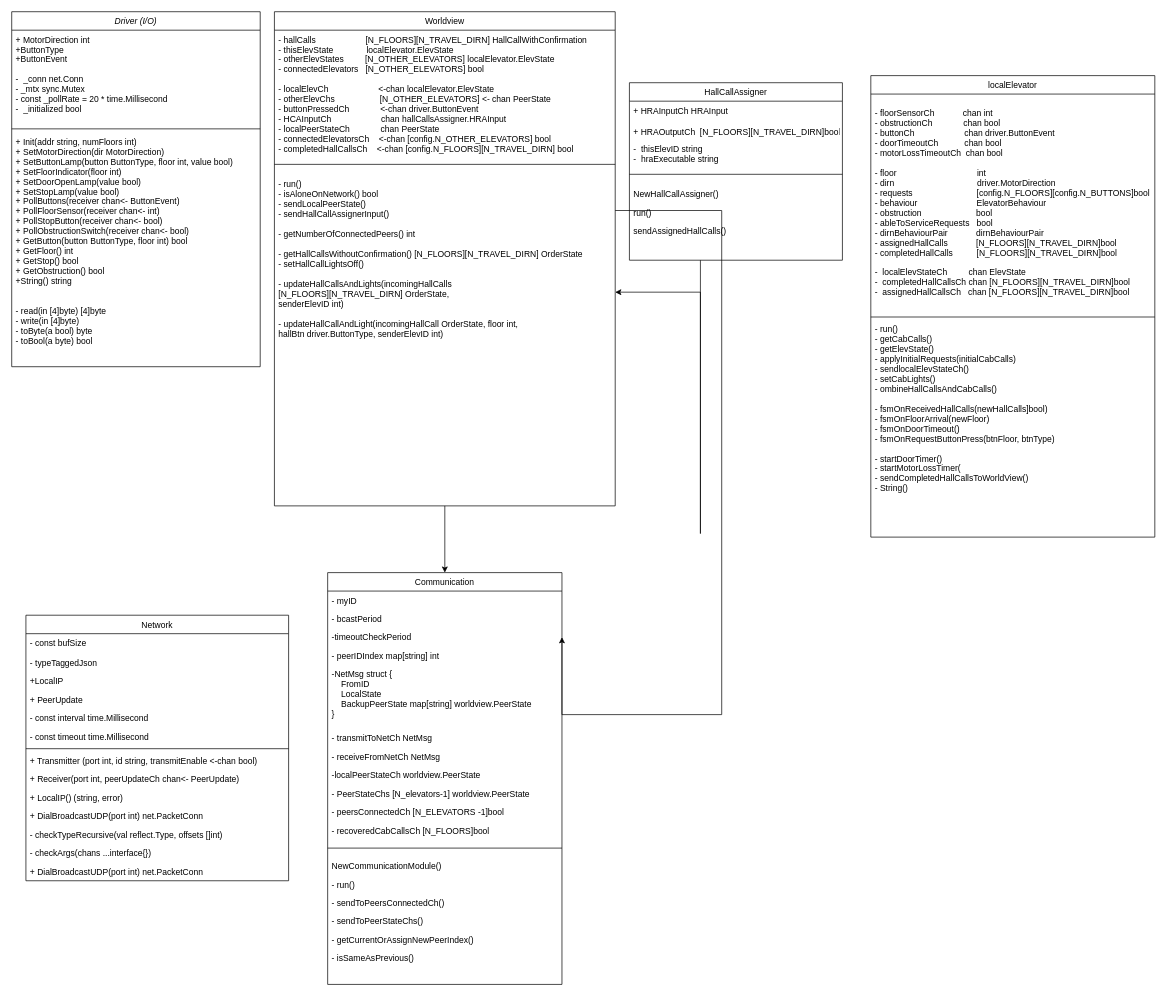
Earlier version of the draw.io diagram Diagrammer/final_class_diagram.drawio (MathiasSagerup/Sanntid). Source tidied: cells renumbered, new cells numbered last; positions are measured from the earlier drawing's top-left corner, leaving out a move shared by most shapes. Both pictures are drawn from the tidied source at 71%, with x=0, y=0 at pixel (11, 11).
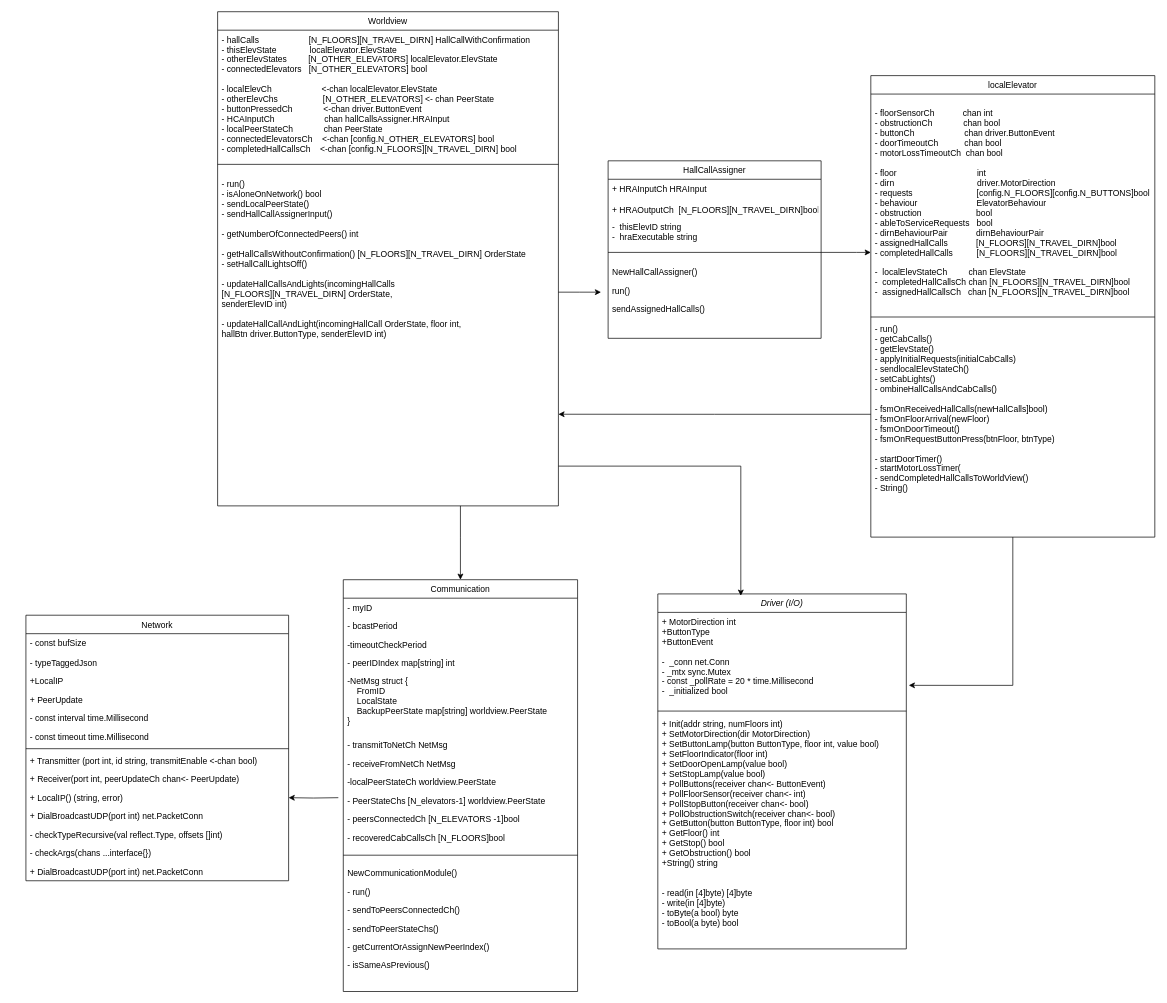
The same page after the edit.

The change refers to these unchanged cells:
```xml
<mxCell id="3" value="+ MotorDirection int&#10;+ButtonType&#10;+ButtonEvent&#10;&#10;-  _conn net.Conn&#10;- _mtx sync.Mutex&#10;- const _pollRate = 20 * time.Millisecond&#10;-  _initialized bool" style="text;align=left;verticalAlign=top;spacingLeft=4;spacingRight=4;overflow=hidden;points=[[0,0.5],[1,0.5]];portConstraint=eastwest;" parent="2" vertex="1">
  <mxGeometry y="26" width="350" height="134" as="geometry" />
</mxCell>
<mxCell id="6" value="localElevator" style="swimlane;fontStyle=0;align=center;verticalAlign=top;horizontal=1;startSize=26;rounded=0;shadow=0;strokeWidth=1;" parent="1" vertex="1">
  <mxGeometry x="1210" y="90" width="400" height="650" as="geometry" />
</mxCell>
<mxCell id="7" value="&#10;- floorSensorCh            chan int&#10;- obstructionCh             chan bool&#10;- buttonCh                     chan driver.ButtonEvent&#10;- doorTimeoutCh           chan bool&#10;- motorLossTimeoutCh  chan bool&#10;&#10;- floor                                  int&#10;- dirn                                   driver.MotorDirection&#10;- requests                           [config.N_FLOORS][config.N_BUTTONS]bool&#10;- behaviour                         ElevatorBehaviour&#10;- obstruction                       bool&#10;- ableToServiceRequests   bool&#10;- dirnBehaviourPair            dirnBehaviourPair&#10;- assignedHallCalls            [N_FLOORS][N_TRAVEL_DIRN]bool&#10;- completedHallCalls          [N_FLOORS][N_TRAVEL_DIRN]bool&#10;    &#10;-  localElevStateCh         chan ElevState&#10;-  completedHallCallsCh chan [N_FLOORS][N_TRAVEL_DIRN]bool&#10;-  assignedHallCallsCh   chan [N_FLOORS][N_TRAVEL_DIRN]bool" style="text;align=left;verticalAlign=top;spacingLeft=4;spacingRight=4;overflow=hidden;points=[[0,0.5],[1,0.5]];portConstraint=eastwest;rounded=0;shadow=0;html=0;" parent="6" vertex="1">
  <mxGeometry y="26" width="400" height="310" as="geometry" />
</mxCell>
<mxCell id="9" value="- run()&#10;- getCabCalls()&#10;- getElevState()&#10;- applyInitialRequests(initialCabCalls)&#10;- sendlocalElevStateCh()&#10;- setCabLights()&#10;- ombineHallCallsAndCabCalls()&#10;&#10;- fsmOnReceivedHallCalls(newHallCalls]bool)&#10;- fsmOnFloorArrival(newFloor)&#10;- fsmOnDoorTimeout()&#10;- fsmOnRequestButtonPress(btnFloor, btnType)&#10;&#10;- startDoorTimer()&#10;- startMotorLossTimer(&#10;- sendCompletedHallCallsToWorldView()&#10;- String()&#10;&#10;&#10;" style="text;align=left;verticalAlign=top;spacingLeft=4;spacingRight=4;overflow=hidden;points=[[0,0.5],[1,0.5]];portConstraint=eastwest;rounded=0;shadow=0;html=0;" parent="6" vertex="1">
  <mxGeometry y="344" width="400" height="266" as="geometry" />
</mxCell>
<mxCell id="13" value="-timeoutCheckPeriod" style="text;align=left;verticalAlign=top;spacingLeft=4;spacingRight=4;overflow=hidden;points=[[0,0.5],[1,0.5]];portConstraint=eastwest;rounded=0;shadow=0;html=0;" parent="10" vertex="1">
  <mxGeometry y="78" width="330" height="26" as="geometry" />
</mxCell>
<mxCell id="34" value="- run()&#10;- isAloneOnNetwork() bool&#10;- sendLocalPeerState()&#10;- sendHallCallAssignerInput()&#10;&#10;- getNumberOfConnectedPeers() int&#10;&#10;- getHallCallsWithoutConfirmation() [N_FLOORS][N_TRAVEL_DIRN] OrderState&#10;- setHallCallLightsOff()&#10;&#10;- updateHallCallsAndLights(incomingHallCalls &#10;[N_FLOORS][N_TRAVEL_DIRN] OrderState, &#10;senderElevID int)&#10;&#10;- updateHallCallAndLight(incomingHallCall OrderState, floor int, &#10;hallBtn driver.ButtonType, senderElevID int)&#10;&#10;" style="text;align=left;verticalAlign=top;spacingLeft=4;spacingRight=4;overflow=hidden;points=[[0,0.5],[1,0.5]];portConstraint=eastwest;rounded=0;shadow=0;html=0;" parent="31" vertex="1">
  <mxGeometry y="230" width="480" height="330" as="geometry" />
</mxCell>
<mxCell id="40" style="line;html=1;strokeWidth=1;align=left;verticalAlign=middle;spacingTop=-1;spacingLeft=3;spacingRight=3;labelPosition=right;points=[];portConstraint=eastwest;" parent="36" vertex="1">
  <mxGeometry y="114" width="300" height="30" as="geometry" />
</mxCell>
<mxCell id="54" value="+ LocalIP() (string, error)" style="text;align=left;verticalAlign=top;spacingLeft=4;spacingRight=4;overflow=hidden;points=[[0,0.5],[1,0.5]];portConstraint=eastwest;rounded=0;shadow=0;html=0;" parent="44" vertex="1">
  <mxGeometry y="244" width="370" height="26" as="geometry" />
</mxCell>
```

What changed in the source:
```diff
@@
     <mxCell id="2" value="Driver (I/O)" style="swimlane;fontStyle=2;align=center;verticalAlign=top;horizontal=1;startSize=26;rounded=0;shadow=0;strokeWidth=1;" parent="1" vertex="1">
-      <mxGeometry width="350" height="500" as="geometry" />
+      <mxGeometry x="910" y="820" width="350" height="500" as="geometry" />
     </mxCell>
@@
     <mxCell id="10" value="Communication" style="swimlane;fontStyle=0;align=center;verticalAlign=top;horizontal=1;startSize=26;rounded=0;shadow=0;strokeWidth=1;" parent="1" vertex="1">
-      <mxGeometry x="445" y="790" width="330" height="580" as="geometry" />
+      <mxGeometry x="467" y="800" width="330" height="580" as="geometry" />
     </mxCell>
@@
-    <mxCell id="29" style="edgeStyle=orthogonalEdgeStyle;rounded=0;jettySize=auto;html=1;entryX=1;entryY=0.5;entryDx=0;entryDy=0;" parent="1" edge="1" source="31" target="13">
-      <mxGeometry relative="1" as="geometry">
-        <Array as="points">
-          <mxPoint x="1000" y="280" />
-          <mxPoint x="1000" y="990" />
-        </Array>
-      </mxGeometry>
-    </mxCell>
     <mxCell id="30" style="edgeStyle=orthogonalEdgeStyle;rounded=0;jettySize=auto;html=1;entryX=0.5;entryY=0;entryDx=0;entryDy=0;" parent="1" edge="1" source="31" target="10">
-      <mxGeometry relative="1" as="geometry" />
+      <mxGeometry relative="1" as="geometry">
+        <Array as="points">
+          <mxPoint x="632" y="740" />
+          <mxPoint x="632" y="740" />
+        </Array>
+      </mxGeometry>
     </mxCell>
     <mxCell id="31" value="Worldview" style="swimlane;fontStyle=0;align=center;verticalAlign=top;horizontal=1;startSize=26;rounded=0;shadow=0;strokeWidth=1;" parent="1" vertex="1">
-      <mxGeometry x="370" width="480" height="696" as="geometry" />
+      <mxGeometry x="290" width="480" height="696" as="geometry" />
     </mxCell>
@@
-    <mxCell id="35" style="edgeStyle=orthogonalEdgeStyle;rounded=0;jettySize=auto;html=1;" parent="1" edge="1" source="36" target="34">
-      <mxGeometry relative="1" as="geometry">
-        <Array as="points">
-          <mxPoint x="970" y="735" />
-          <mxPoint x="970" y="365" />
-        </Array>
-      </mxGeometry>
-    </mxCell>
     <mxCell id="36" value="HallCallAssigner" style="swimlane;fontStyle=0;align=center;verticalAlign=top;horizontal=1;startSize=26;rounded=0;shadow=0;strokeWidth=1;" parent="1" vertex="1">
-      <mxGeometry x="870" y="100" width="300" height="250" as="geometry" />
+      <mxGeometry x="840" y="210" width="300" height="250" as="geometry" />
     </mxCell>
@@
+    <mxCell id="59" style="edgeStyle=orthogonalEdgeStyle;rounded=0;jettySize=auto;html=1;entryX=1;entryY=1.021;entryDx=0;entryDy=0;entryPerimeter=0;" parent="1" edge="1" source="9" target="34">
+      <mxGeometry relative="1" as="geometry" />
+    </mxCell>
+    <mxCell id="60" style="edgeStyle=orthogonalEdgeStyle;rounded=0;jettySize=auto;html=1;" parent="1" edge="1" target="54">
+      <mxGeometry relative="1" as="geometry">
+        <mxPoint x="460" y="1107" as="sourcePoint" />
+      </mxGeometry>
+    </mxCell>
+    <mxCell id="61" style="edgeStyle=orthogonalEdgeStyle;rounded=0;jettySize=auto;html=1;entryX=1.01;entryY=0.767;entryDx=0;entryDy=0;entryPerimeter=0;" parent="1" edge="1" source="6" target="3">
+      <mxGeometry relative="1" as="geometry" />
+    </mxCell>
+    <mxCell id="62" style="edgeStyle=orthogonalEdgeStyle;rounded=0;jettySize=auto;html=1;entryX=0.334;entryY=0.005;entryDx=0;entryDy=0;entryPerimeter=0;" parent="1" edge="1" source="31" target="2">
+      <mxGeometry relative="1" as="geometry">
+        <Array as="points">
+          <mxPoint x="1027" y="640" />
+        </Array>
+      </mxGeometry>
+    </mxCell>
+    <mxCell id="63" style="edgeStyle=orthogonalEdgeStyle;rounded=0;jettySize=auto;html=1;" parent="1" edge="1" source="40" target="7">
+      <mxGeometry relative="1" as="geometry">
+        <Array as="points">
+          <mxPoint x="1190" y="339" />
+          <mxPoint x="1190" y="339" />
+        </Array>
+      </mxGeometry>
+    </mxCell>
+    <mxCell id="64" style="edgeStyle=orthogonalEdgeStyle;rounded=0;jettySize=auto;html=1;" parent="1" edge="1" source="34">
+      <mxGeometry relative="1" as="geometry">
+        <mxPoint x="830" y="395" as="targetPoint" />
+      </mxGeometry>
+    </mxCell>
```
